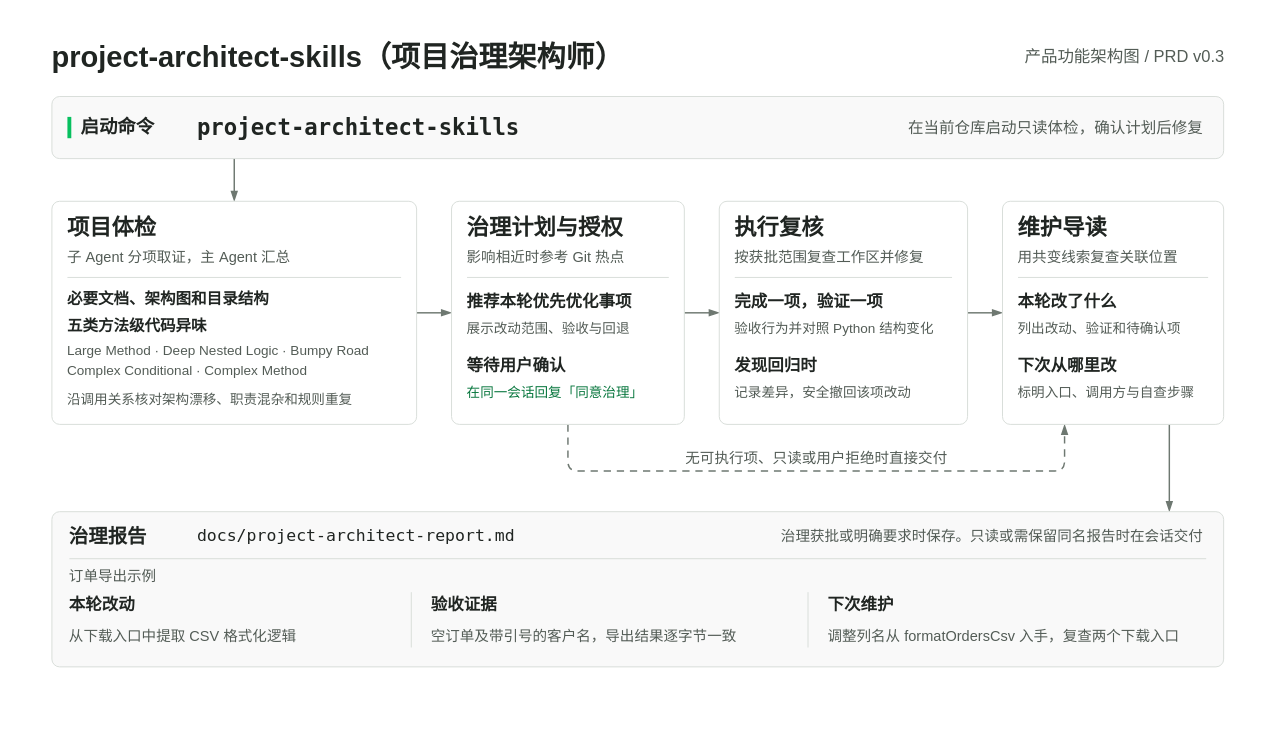
This is docs/diagrams/product-functional-architecture.drawio from cabbage2000-lab/project-architect-skills, a draw.io file, before an edit. Source tidied: cells renumbered, new cells numbered last; positions are measured from the earlier drawing's top-left corner, leaving out a move shared by most shapes. Both pictures are drawn from the tidied source at 97%, with x=0, y=0 at pixel (16, 16).
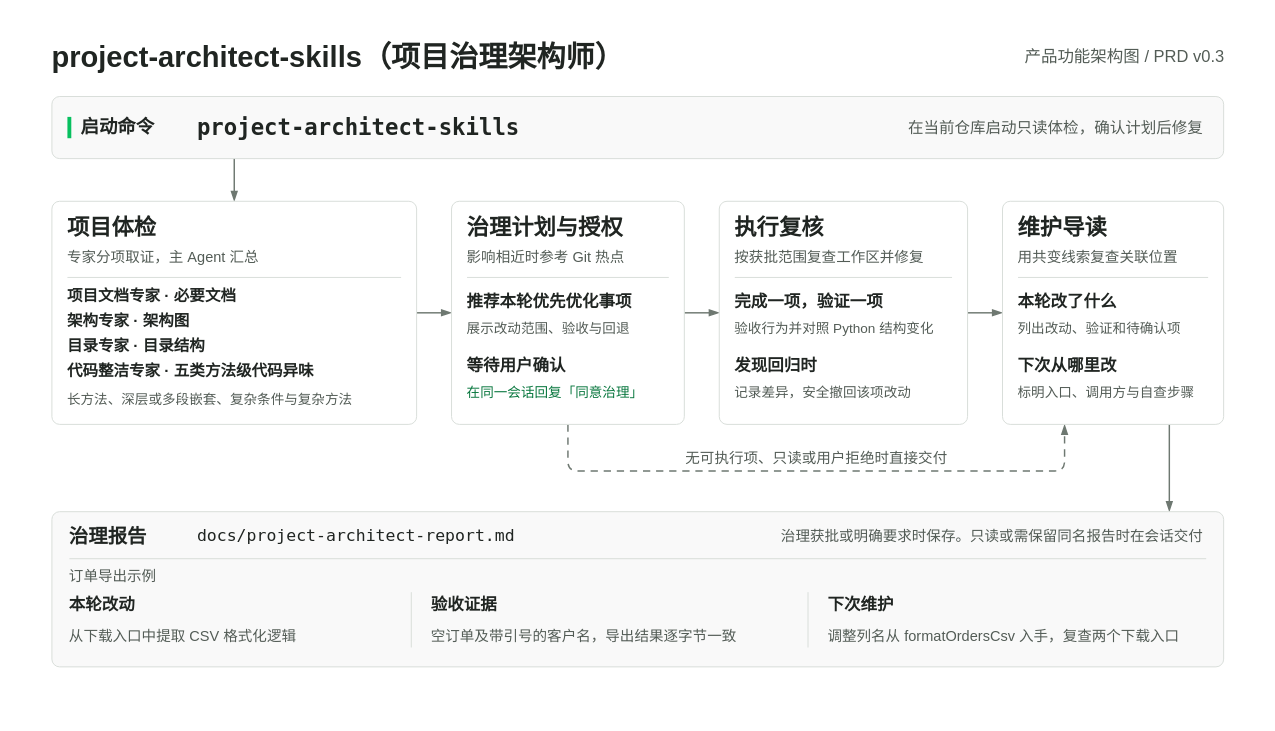
After the change.

Commit message (it also covers changes not shown here):
按用户意图将项目检查分派给对应专家

The change refers to these unchanged cells:
```xml
<mxCell id="16" style="rounded=1;absoluteArcSize=1;arcSize=16;strokeWidth=1;html=1;fillColor=#FFFFFF;strokeColor=#D8DDD9;" parent="2" vertex="1">
  <mxGeometry x="36" y="190" width="376" height="230" as="geometry" />
</mxCell>
```

Change to the diagram source:
```diff
@@
-    <mxCell id="18" value="子 Agent 分项取证，主 Agent 汇总" style="text;html=1;whiteSpace=nowrap;fillColor=none;strokeColor=none;fontFamily=PingFang SC;fontSize=15;fontColor=#535C56;fontStyle=0;align=left;verticalAlign=middle;spacing=0;spacingTop=0;spacingBottom=0;spacingLeft=0;spacingRight=0;" parent="16" vertex="1">
+    <mxCell id="18" value="专家分项取证，主 Agent 汇总" style="text;html=1;whiteSpace=nowrap;fillColor=none;strokeColor=none;fontFamily=PingFang SC;fontSize=15;fontColor=#535C56;fontStyle=0;align=left;verticalAlign=middle;spacing=0;spacingTop=0;spacingBottom=0;spacingLeft=0;spacingRight=0;" parent="16" vertex="1">
       <mxGeometry x="16" y="46" width="344" height="22" as="geometry" />
     </mxCell>
@@
-    <mxCell id="20" value="必要文档、架构图和目录结构" style="text;html=1;whiteSpace=nowrap;fillColor=none;strokeColor=none;fontFamily=PingFang SC;fontSize=16;fontColor=#202522;fontStyle=1;align=left;verticalAlign=middle;spacing=0;spacingTop=0;spacingBottom=0;spacingLeft=0;spacingRight=0;" parent="16" vertex="1">
-      <mxGeometry x="16" y="88" width="344" height="23" as="geometry" />
+    <mxCell id="20" value="项目文档专家 · 必要文档" style="text;html=1;whiteSpace=nowrap;fillColor=none;strokeColor=none;fontFamily=PingFang SC;fontSize=16;fontColor=#202522;fontStyle=1;align=left;verticalAlign=middle;spacing=0;spacingTop=0;spacingBottom=0;spacingLeft=0;spacingRight=0;" parent="16" vertex="1">
+      <mxGeometry x="16" y="85" width="344" height="23" as="geometry" />
     </mxCell>
-    <mxCell id="21" value="五类方法级代码异味" style="text;html=1;whiteSpace=nowrap;fillColor=none;strokeColor=none;fontFamily=PingFang SC;fontSize=16;fontColor=#202522;fontStyle=1;align=left;verticalAlign=middle;spacing=0;spacingTop=0;spacingBottom=0;spacingLeft=0;spacingRight=0;" parent="16" vertex="1">
-      <mxGeometry x="16" y="117" width="344" height="22" as="geometry" />
+    <mxCell id="21" value="架构专家 · 架构图" style="text;html=1;whiteSpace=nowrap;fillColor=none;strokeColor=none;fontFamily=PingFang SC;fontSize=16;fontColor=#202522;fontStyle=1;align=left;verticalAlign=middle;spacing=0;spacingTop=0;spacingBottom=0;spacingLeft=0;spacingRight=0;" parent="16" vertex="1">
+      <mxGeometry x="16" y="111" width="344" height="23" as="geometry" />
     </mxCell>
-    <mxCell id="22" value="Large Method · Deep Nested Logic · Bumpy Road" style="text;html=1;whiteSpace=nowrap;fillColor=none;strokeColor=none;fontFamily=PingFang SC;fontSize=14;fontColor=#535C56;fontStyle=0;align=left;verticalAlign=middle;spacing=0;spacingTop=0;spacingBottom=0;spacingLeft=0;spacingRight=0;" parent="16" vertex="1">
-      <mxGeometry x="16" y="143" width="344" height="21" as="geometry" />
+    <mxCell id="22" value="目录专家 · 目录结构" style="text;html=1;whiteSpace=nowrap;fillColor=none;strokeColor=none;fontFamily=PingFang SC;fontSize=16;fontColor=#202522;fontStyle=1;align=left;verticalAlign=middle;spacing=0;spacingTop=0;spacingBottom=0;spacingLeft=0;spacingRight=0;" parent="16" vertex="1">
+      <mxGeometry x="16" y="137" width="344" height="23" as="geometry" />
     </mxCell>
-    <mxCell id="23" value="Complex Conditional · Complex Method" style="text;html=1;whiteSpace=nowrap;fillColor=none;strokeColor=none;fontFamily=PingFang SC;fontSize=14;fontColor=#535C56;fontStyle=0;align=left;verticalAlign=middle;spacing=0;spacingTop=0;spacingBottom=0;spacingLeft=0;spacingRight=0;" parent="16" vertex="1">
-      <mxGeometry x="16" y="164" width="344" height="21" as="geometry" />
+    <mxCell id="23" value="代码整洁专家 · 五类方法级代码异味" style="text;html=1;whiteSpace=nowrap;fillColor=none;strokeColor=none;fontFamily=PingFang SC;fontSize=16;fontColor=#202522;fontStyle=1;align=left;verticalAlign=middle;spacing=0;spacingTop=0;spacingBottom=0;spacingLeft=0;spacingRight=0;" parent="16" vertex="1">
+      <mxGeometry x="16" y="163" width="344" height="23" as="geometry" />
     </mxCell>
-    <mxCell id="24" value="沿调用关系核对架构漂移、职责混杂和规则重复" style="text;html=1;whiteSpace=nowrap;fillColor=none;strokeColor=none;fontFamily=PingFang SC;fontSize=14;fontColor=#535C56;fontStyle=0;align=left;verticalAlign=middle;spacing=0;spacingTop=0;spacingBottom=0;spacingLeft=0;spacingRight=0;" parent="16" vertex="1">
+    <mxCell id="24" value="长方法、深层或多段嵌套、复杂条件与复杂方法" style="text;html=1;whiteSpace=nowrap;fillColor=none;strokeColor=none;fontFamily=PingFang SC;fontSize=14;fontColor=#535C56;fontStyle=0;align=left;verticalAlign=middle;spacing=0;spacingTop=0;spacingBottom=0;spacingLeft=0;spacingRight=0;" parent="16" vertex="1">
       <mxGeometry x="16" y="193" width="344" height="23" as="geometry" />
     </mxCell>
```
